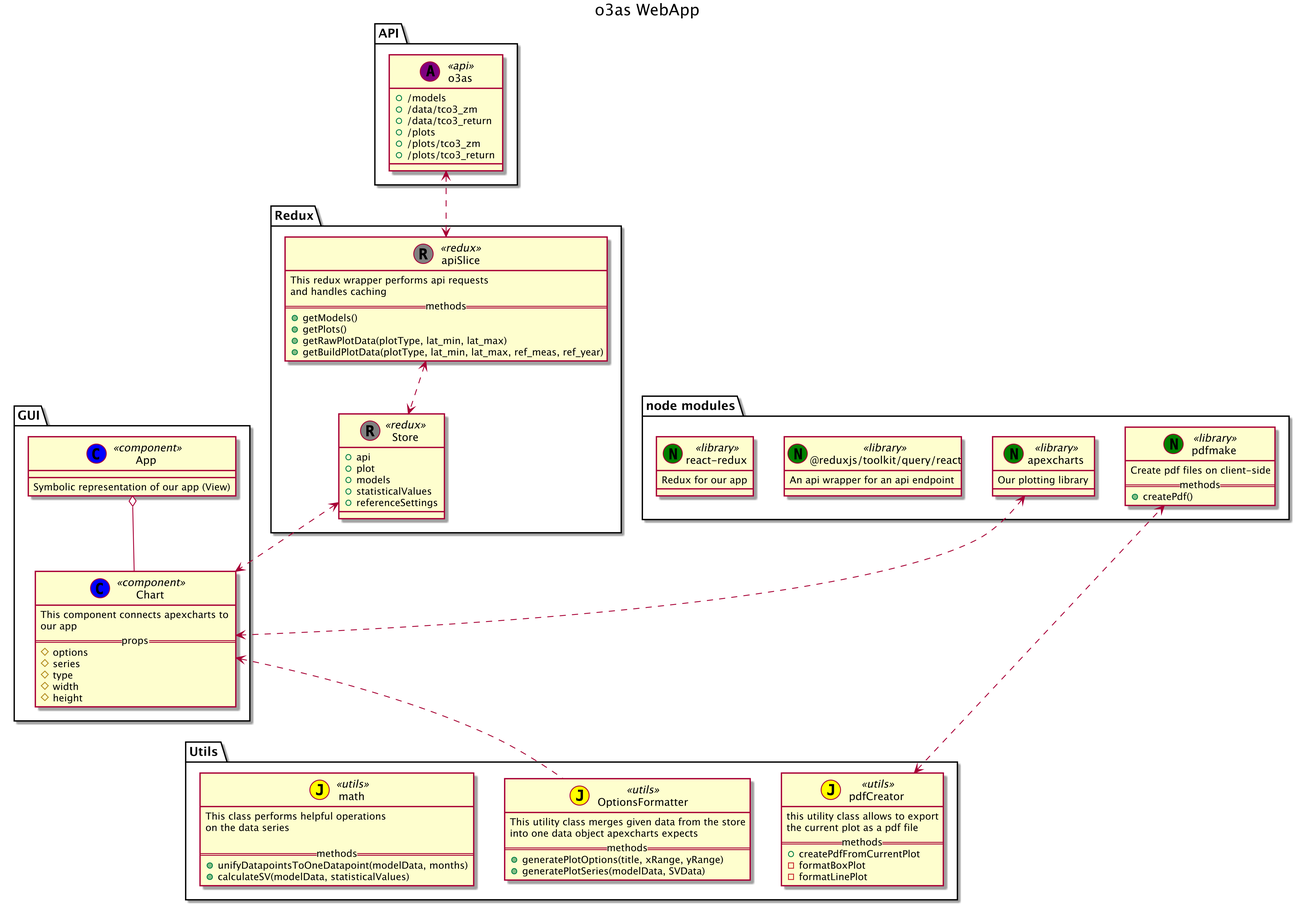
The PlantUML diagram DesignPhase/UML/package-structure/package-diagram.png in EOSC-synergy/o3webapp, before a commit.
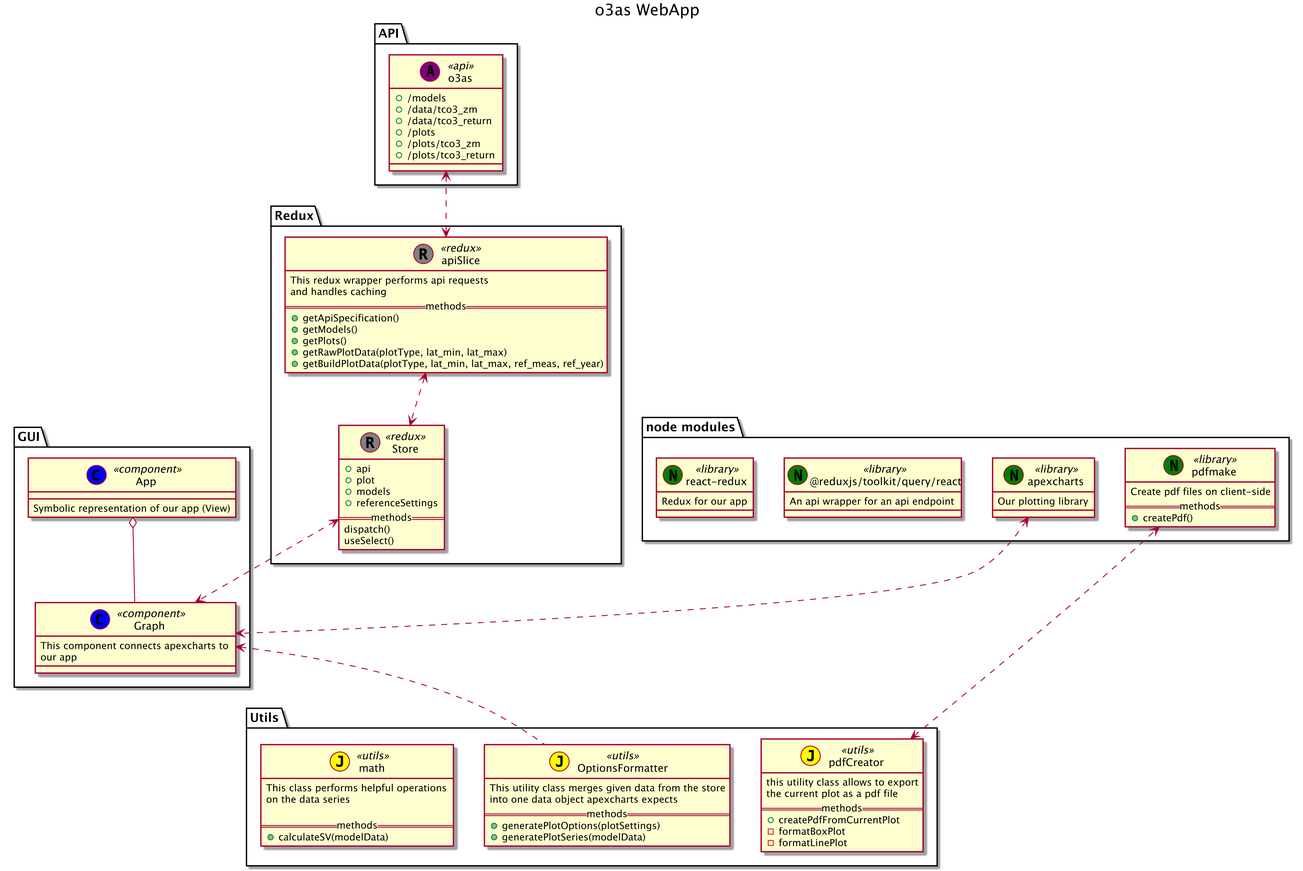
After the commit.

Commit message:
updated package diag

Diff of the diagram source:
```diff
@@ -7,14 +7,8 @@
         Symbolic representation of our app (View)
     }
 
-    class "Chart" << (C, blue) component>> {
+    class "Graph" << (C, blue) component>> {
         This component connects apexcharts to\nour app
-        ==props==
-        #options
-        #series
-        #type
-        #width
-        #height
     }
 
 }
@@ -39,13 +33,16 @@
         +api
         +plot
         +models
-        +statisticalValues
         +referenceSettings
+        ==methods==
+        dispatch()
+        useSelect()
     }
 
     class "apiSlice" << (R, gray) redux >> {
         This redux wrapper performs api requests\nand handles caching
         ==methods==
+        +getApiSpecification()
         +getModels()
         +getPlots()
         +getRawPlotData(plotType, lat_min, lat_max)
@@ -60,8 +57,8 @@
     class "OptionsFormatter" << (J, yellow) utils >> {
         This utility class merges given data from the store\ninto one data object apexcharts expects
         ==methods==
-        +generatePlotOptions(title, xRange, yRange)
-        +generatePlotSeries(modelData, SVData)
+        +generatePlotOptions(plotSettings)
+        +generatePlotSeries(modelData)
     }
 
     class "pdfCreator" <<(J, yellow) utils >> {
@@ -76,8 +73,7 @@
         This class performs helpful operations\non the data series
 
         ==methods==
-        +unifyDatapointsToOneDatapoint(modelData, months)
-        +calculateSV(modelData, statisticalValues)
+        +calculateSV(modelData)
     }
 
 }
@@ -104,12 +100,12 @@
 
 }
 
-"apexcharts" <..> "Chart"
+"apexcharts" <..> "Graph"
 "o3as" <..> "apiSlice"
 "apiSlice" <..> "Store"
 "pdfCreator" <..> "pdfmake"
-"Store" <..> "Chart"
-"Chart" <.. "OptionsFormatter"
-"App" o-- "Chart"
+"Store" <..> "Graph"
+"Graph" <.. "OptionsFormatter"
+"App" o-- "Graph"
 
 @enduml
```
